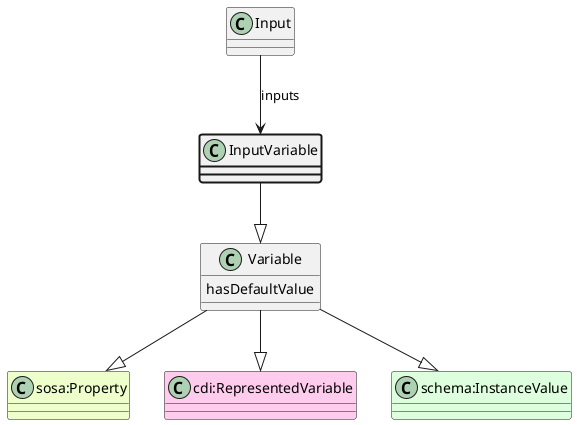
aus-plant-phenomics-network/appn-schema keeps this PlantUML diagram as ttl_uml/ttl_appn_InputVariable.png. Above is the earlier version. Source of this version:
```plantuml
@startuml
class InputVariable  #line.bold
class Variable
class "sosa:Property" #EEFFCC
Variable --|> "sosa:Property"
class "cdi:RepresentedVariable" #FFCCEE
Variable --|> "cdi:RepresentedVariable"
class "schema:InstanceValue" #DDFFDD
Variable --|> "schema:InstanceValue"
InputVariable --|> Variable
class Input
Input --> InputVariable : inputs
class Variable {
    hasDefaultValue
}
@enduml
```
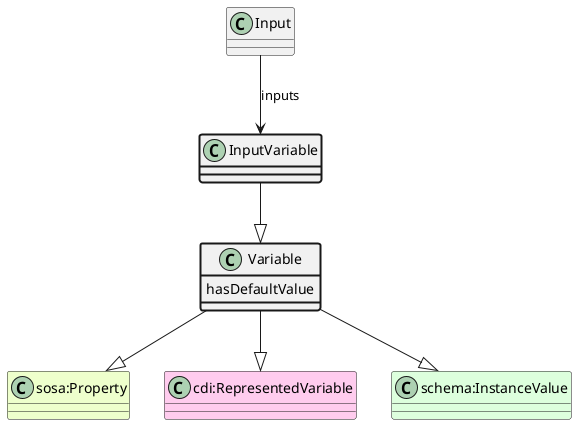
After the commit.

The edit, as a diff of the source:
```diff
@@ -10,7 +10,7 @@
 InputVariable --|> Variable
 class Input
 Input --> InputVariable : inputs
-class Variable {
+class Variable #line.bold {
     hasDefaultValue
 }
 @enduml
```
